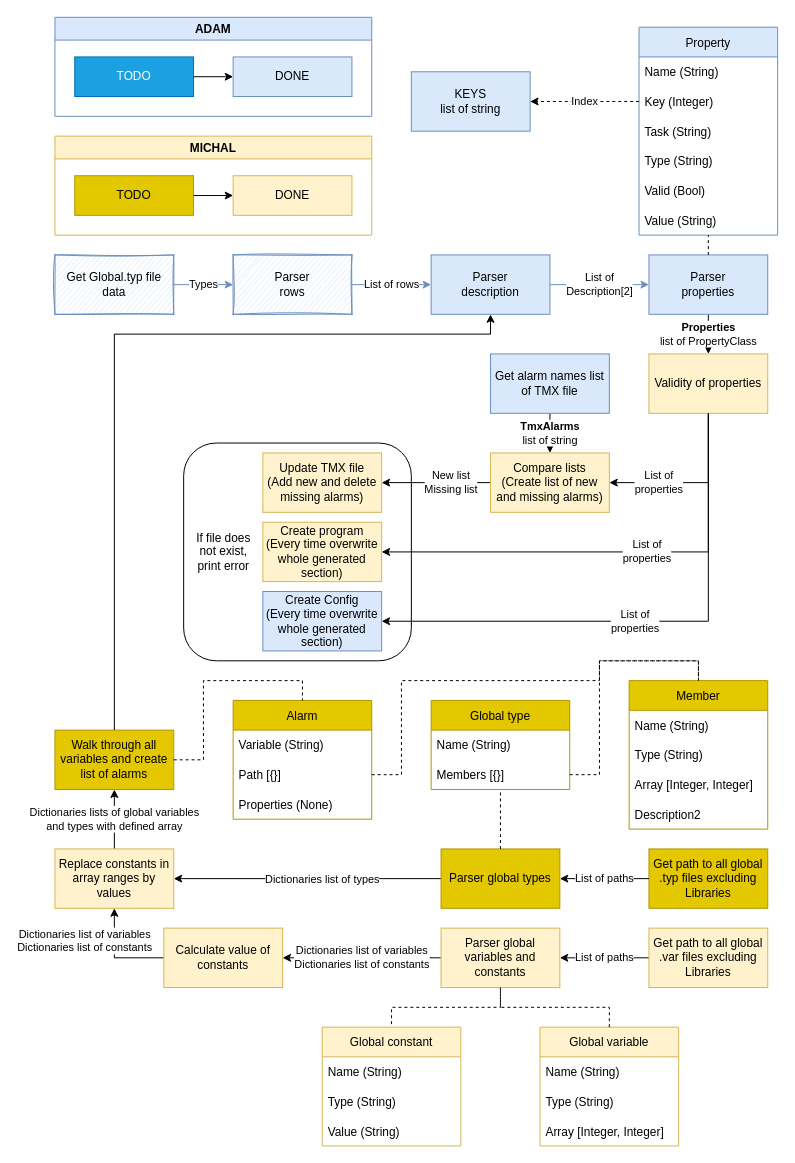
Earlier version of the draw.io diagram CreateAlarms.drawio (br-automation-community-oss/create-alarms). Source tidied: cells renumbered, new cells numbered last; positions are measured from the earlier drawing's top-left corner, leaving out a move shared by most shapes. Both pictures are drawn from the tidied source at 99%, with x=0, y=0 at pixel (54, 17).
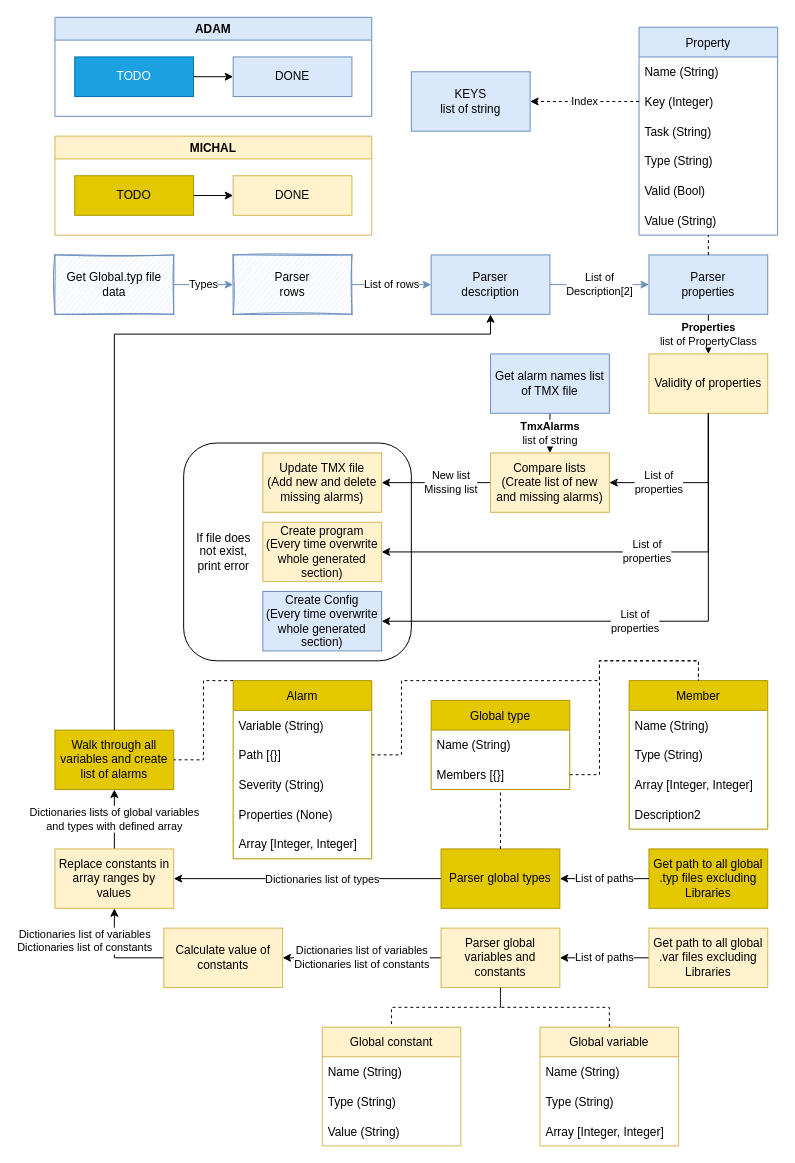
The same page after the edit.

Commit message (it also covers changes not shown here):
Inner constants existence check

The change refers to these unchanged cells:
```xml
<mxCell id="59" value="Walk through all variables and create list of alarms" style="whiteSpace=wrap;html=1;rounded=0;strokeColor=#B09500;fillColor=#e3c800;fontColor=#000000;" parent="1" vertex="1">
  <mxGeometry y="720" width="120" height="60" as="geometry" />
</mxCell>
<mxCell id="70" value="Member" style="swimlane;fontStyle=0;horizontal=1;startSize=30;fillColor=#e3c800;strokeColor=#B09500;fontColor=#000000;" parent="1" vertex="1">
  <mxGeometry x="580" y="670" width="140" height="150" as="geometry" />
</mxCell>
<mxCell id="77" value="Path [{}]" style="text;strokeColor=none;fillColor=none;align=left;verticalAlign=middle;spacingLeft=4;spacingRight=4;overflow=hidden;points=[[0,0.5],[1,0.5]];portConstraint=eastwest;" parent="75" vertex="1">
  <mxGeometry y="60" width="140" height="30" as="geometry" />
</mxCell>
```

What changed in the source:
```diff
@@
     <mxCell id="75" value="Alarm" style="swimlane;fontStyle=0;horizontal=1;startSize=30;fillColor=#e3c800;strokeColor=#B09500;fontColor=#000000;" parent="1" vertex="1">
-      <mxGeometry x="180" y="690" width="140" height="120" as="geometry" />
+      <mxGeometry x="180" y="670" width="140" height="180" as="geometry" />
     </mxCell>
@@
+    <mxCell id="82" value="Severity (String)" style="text;strokeColor=none;fillColor=none;align=left;verticalAlign=middle;spacingLeft=4;spacingRight=4;overflow=hidden;" parent="75" vertex="1">
+      <mxGeometry y="90" width="140" height="30" as="geometry" />
+    </mxCell>
     <mxCell id="78" value="Properties (None)" style="text;strokeColor=none;fillColor=none;align=left;verticalAlign=middle;spacingLeft=4;spacingRight=4;overflow=hidden;" parent="75" vertex="1">
-      <mxGeometry y="90" width="140" height="30" as="geometry" />
+      <mxGeometry y="120" width="140" height="30" as="geometry" />
     </mxCell>
+    <mxCell id="83" value="Array [Integer, Integer]" style="text;strokeColor=none;fillColor=none;align=left;verticalAlign=middle;spacingLeft=4;spacingRight=4;overflow=hidden;" parent="75" vertex="1">
+      <mxGeometry y="150" width="140" height="30" as="geometry" />
+    </mxCell>
     <mxCell id="79" style="endArrow=none;dashed=1;html=1;rounded=0;entryX=0.5;entryY=0;entryDx=0;entryDy=0;exitX=1;exitY=0.5;exitDx=0;exitDy=0;" parent="1" edge="1" source="77" target="70">
       <mxGeometry relative="1" as="geometry">
         <Array as="points">
-          <mxPoint x="350" y="765" />
+          <mxPoint x="350" y="745" />
           <mxPoint x="350" y="670" />
           <mxPoint x="550" y="670" />
           <mxPoint x="550" y="650" />
+          <mxPoint x="600" y="650" />
           <mxPoint x="650" y="650" />
         </Array>
       </mxGeometry>
     </mxCell>
-    <mxCell id="80" style="endArrow=none;dashed=1;html=1;rounded=0;entryX=0.5;entryY=0;entryDx=0;entryDy=0;exitX=1;exitY=0.5;exitDx=0;exitDy=0;" parent="1" edge="1" source="59" target="75">
-      <mxGeometry relative="1" as="geometry">
-        <Array as="points">
-          <mxPoint x="150" y="750" />
-          <mxPoint x="150" y="670" />
-          <mxPoint x="250" y="670" />
-        </Array>
-      </mxGeometry>
-    </mxCell>
@@
+    <mxCell id="84" style="endArrow=none;dashed=1;html=1;rounded=0;entryX=1;entryY=0.5;entryDx=0;entryDy=0;exitX=0;exitY=0;exitDx=0;exitDy=0;" parent="1" edge="1" source="75" target="59">
+      <mxGeometry relative="1" as="geometry">
+        <Array as="points">
+          <mxPoint x="150" y="670" />
+          <mxPoint x="150" y="750" />
+        </Array>
+      </mxGeometry>
+    </mxCell>
```
